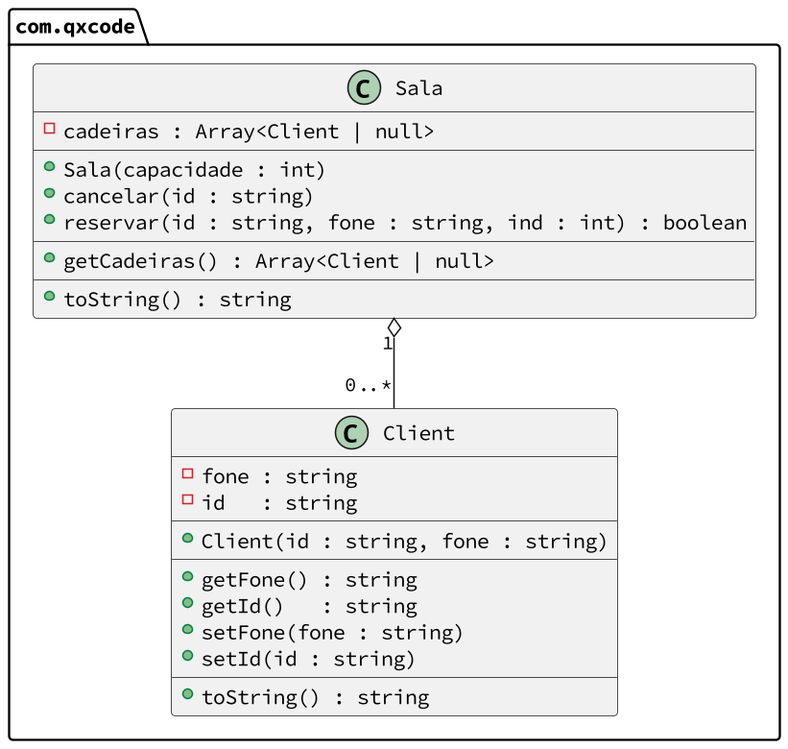
Before: base/010/diagrama.png, a diagram exported from PlantUML (qxcodepoo/arcade). Source of this version:
```plantuml
@startuml

skinparam defaultFontName Hasklig
skinparam dpi 150

package com.qxcode {
  class Client {
    - fone : string
    - id   : string
    __
    + Client(id : string, fone : string)
    __
    + getFone() : string
    + getId()   : string
    + setFone(fone : string)
    + setId(id : string)
    __
    + toString() : string
  }
  class Sala {
    - cadeiras : Array<Client | null>
    __
    + Sala(capacidade : int)
    + cancelar(id : string)
    + reservar(id : string, fone : string, ind : int) : boolean
    __
    + getCadeiras() : Array<Client | null>
    __
    + toString() : string
  }
}
Sala "1" o-- "0..*" Client
@enduml
```
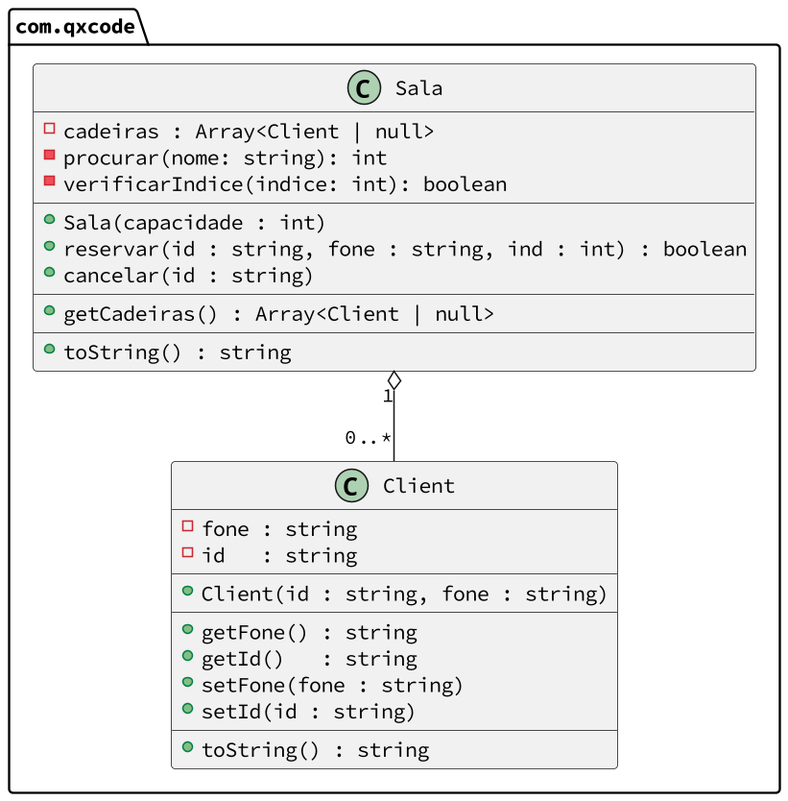
Above is the later version.

Change to the diagram source:
```diff
@@ -17,12 +17,15 @@
     __
     + toString() : string
   }
+
   class Sala {
     - cadeiras : Array<Client | null>
+    - procurar(nome: string): int
+    - verificarIndice(indice: int): boolean
     __
     + Sala(capacidade : int)
+    + reservar(id : string, fone : string, ind : int) : boolean
     + cancelar(id : string)
-    + reservar(id : string, fone : string, ind : int) : boolean
     __
     + getCadeiras() : Array<Client | null>
     __
```
